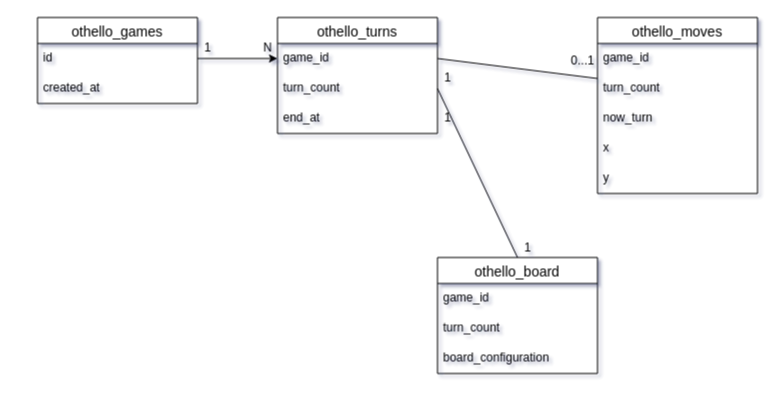
yr260625/vercel-postgres-trial keeps this draw.io diagram as docs/othello_er.drawio. Above is the earlier version. Source tidied: cells renumbered, new cells numbered last; positions are measured from the earlier drawing's top-left corner, leaving out a move shared by most shapes. Both pictures are drawn from the tidied source at 100%, with x=0, y=0 at pixel (37, 17).
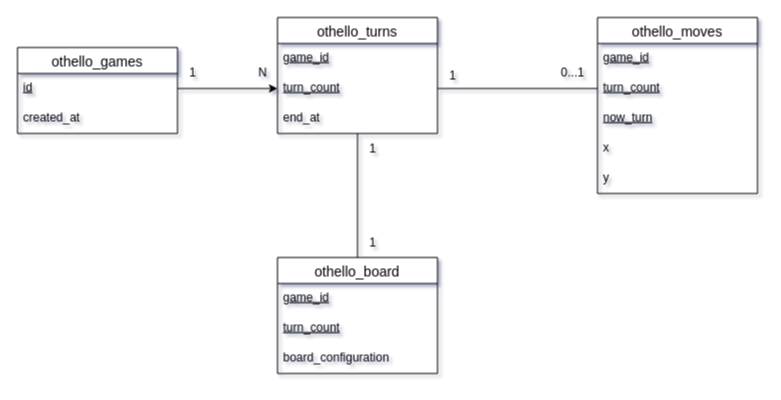
After the change.

The change refers to these unchanged cells:
```xml
<mxCell id="5" value="othello_turns" style="swimlane;fontStyle=0;horizontal=1;startSize=26;align=center;fontSize=14;" parent="1" vertex="1">
  <mxGeometry x="240" width="160" height="116" as="geometry" />
</mxCell>
<mxCell id="8" value="end_at" style="text;strokeColor=none;fillColor=none;spacingLeft=4;spacingRight=4;overflow=hidden;points=[[0,0.5],[1,0.5]];portConstraint=eastwest;fontSize=12;" parent="5" vertex="1">
  <mxGeometry y="86" width="160" height="30" as="geometry" />
</mxCell>
<mxCell id="9" value="othello_moves" style="swimlane;fontStyle=0;horizontal=1;startSize=26;align=center;fontSize=14;" parent="1" vertex="1">
  <mxGeometry x="560" width="160" height="176" as="geometry" />
</mxCell>
```

Change to the diagram source:
```diff
@@
     <mxCell id="2" value="othello_games" style="swimlane;fontStyle=0;horizontal=1;startSize=26;align=center;fontSize=14;" parent="1" vertex="1">
-      <mxGeometry width="160" height="86" as="geometry" />
+      <mxGeometry x="-20" y="30" width="160" height="86" as="geometry" />
     </mxCell>
-    <mxCell id="3" value="id" style="text;strokeColor=none;fillColor=none;spacingLeft=4;spacingRight=4;overflow=hidden;points=[[0,0.5],[1,0.5]];portConstraint=eastwest;fontSize=12;" parent="2" vertex="1">
+    <mxCell id="3" value="id" style="text;strokeColor=none;fillColor=none;spacingLeft=4;spacingRight=4;overflow=hidden;points=[[0,0.5],[1,0.5]];portConstraint=eastwest;fontSize=12;fontStyle=4;" parent="2" vertex="1">
       <mxGeometry y="26" width="160" height="30" as="geometry" />
     </mxCell>
@@
-    <mxCell id="6" value="game_id" style="text;strokeColor=none;fillColor=none;spacingLeft=4;spacingRight=4;overflow=hidden;points=[[0,0.5],[1,0.5]];portConstraint=eastwest;fontSize=12;" parent="5" vertex="1">
+    <mxCell id="6" value="game_id" style="text;strokeColor=none;fillColor=none;spacingLeft=4;spacingRight=4;overflow=hidden;points=[[0,0.5],[1,0.5]];portConstraint=eastwest;fontSize=12;fontStyle=4;" parent="5" vertex="1">
       <mxGeometry y="26" width="160" height="30" as="geometry" />
     </mxCell>
-    <mxCell id="7" value="turn_count" style="text;strokeColor=none;fillColor=none;spacingLeft=4;spacingRight=4;overflow=hidden;points=[[0,0.5],[1,0.5]];portConstraint=eastwest;fontSize=12;" parent="5" vertex="1">
+    <mxCell id="7" value="turn_count" style="text;strokeColor=none;fillColor=none;spacingLeft=4;spacingRight=4;overflow=hidden;points=[[0,0.5],[1,0.5]];portConstraint=eastwest;fontSize=12;fontStyle=4;" parent="5" vertex="1">
       <mxGeometry y="56" width="160" height="30" as="geometry" />
     </mxCell>
@@
-    <mxCell id="10" value="game_id" style="text;strokeColor=none;fillColor=none;spacingLeft=4;spacingRight=4;overflow=hidden;fontSize=12;" parent="9" vertex="1">
+    <mxCell id="10" value="game_id" style="text;strokeColor=none;fillColor=none;spacingLeft=4;spacingRight=4;overflow=hidden;fontSize=12;fontStyle=4;" parent="9" vertex="1">
       <mxGeometry y="26" width="160" height="30" as="geometry" />
     </mxCell>
-    <mxCell id="11" value="turn_count" style="text;strokeColor=none;fillColor=none;spacingLeft=4;spacingRight=4;overflow=hidden;points=[[0,0.5],[1,0.5]];portConstraint=eastwest;fontSize=12;" parent="9" vertex="1">
+    <mxCell id="11" value="turn_count" style="text;strokeColor=none;fillColor=none;spacingLeft=4;spacingRight=4;overflow=hidden;points=[[0,0.5],[1,0.5]];portConstraint=eastwest;fontSize=12;fontStyle=4;" parent="9" vertex="1">
       <mxGeometry y="56" width="160" height="30" as="geometry" />
     </mxCell>
-    <mxCell id="12" value="now_turn" style="text;strokeColor=none;fillColor=none;spacingLeft=4;spacingRight=4;overflow=hidden;fontSize=12;" parent="9" vertex="1">
+    <mxCell id="12" value="now_turn" style="text;strokeColor=none;fillColor=none;spacingLeft=4;spacingRight=4;overflow=hidden;fontSize=12;fontStyle=4;" parent="9" vertex="1">
       <mxGeometry y="86" width="160" height="30" as="geometry" />
     </mxCell>
@@
     <mxCell id="15" value="othello_board" style="swimlane;fontStyle=0;horizontal=1;startSize=26;align=center;fontSize=14;" parent="1" vertex="1">
-      <mxGeometry x="400" y="240" width="160" height="116" as="geometry" />
+      <mxGeometry x="240" y="240" width="160" height="116" as="geometry" />
     </mxCell>
-    <mxCell id="16" value="game_id" style="text;strokeColor=none;fillColor=none;spacingLeft=4;spacingRight=4;overflow=hidden;fontSize=12;" parent="15" vertex="1">
+    <mxCell id="16" value="game_id" style="text;strokeColor=none;fillColor=none;spacingLeft=4;spacingRight=4;overflow=hidden;fontSize=12;fontStyle=4;" parent="15" vertex="1">
       <mxGeometry y="26" width="160" height="30" as="geometry" />
     </mxCell>
-    <mxCell id="17" value="turn_count" style="text;strokeColor=none;fillColor=none;spacingLeft=4;spacingRight=4;overflow=hidden;fontSize=12;" parent="15" vertex="1">
+    <mxCell id="17" value="turn_count" style="text;strokeColor=none;fillColor=none;spacingLeft=4;spacingRight=4;overflow=hidden;fontSize=12;fontStyle=4;" parent="15" vertex="1">
       <mxGeometry y="56" width="160" height="30" as="geometry" />
     </mxCell>
@@
-    <mxCell id="19" style="edgeStyle=none;html=1;exitX=1;exitY=0.5;exitDx=0;exitDy=0;entryX=0;entryY=0.5;entryDx=0;entryDy=0;" parent="1" edge="1" source="3">
+    <mxCell id="19" style="edgeStyle=none;html=1;exitX=1;exitY=0.5;exitDx=0;exitDy=0;" parent="1" edge="1" source="3">
       <mxGeometry relative="1" as="geometry">
-        <mxPoint x="240" y="41" as="targetPoint" />
+        <mxPoint x="240" y="71" as="targetPoint" />
       </mxGeometry>
     </mxCell>
     <mxCell id="20" value="1" style="text;html=1;align=center;verticalAlign=middle;strokeColor=none;fillColor=none;" parent="1" vertex="1">
-      <mxGeometry x="155" y="15" width="30" height="30" as="geometry" />
+      <mxGeometry x="140" y="40" width="30" height="30" as="geometry" />
     </mxCell>
     <mxCell id="21" value="N" style="text;html=1;align=center;verticalAlign=middle;strokeColor=none;fillColor=none;" parent="1" vertex="1">
-      <mxGeometry x="215" y="15" width="30" height="30" as="geometry" />
+      <mxGeometry x="210" y="40" width="30" height="30" as="geometry" />
     </mxCell>
-    <mxCell id="22" style="edgeStyle=none;html=1;exitX=1;exitY=0.5;exitDx=0;exitDy=0;endArrow=none;endFill=0;" parent="1" edge="1" source="6" target="11">
+    <mxCell id="22" style="edgeStyle=none;html=1;exitX=1;exitY=0.5;exitDx=0;exitDy=0;endArrow=none;endFill=0;" parent="1" edge="1" source="7" target="11">
       <mxGeometry relative="1" as="geometry" />
     </mxCell>
     <mxCell id="23" value="1" style="text;html=1;align=center;verticalAlign=middle;strokeColor=none;fillColor=none;" parent="1" vertex="1">
-      <mxGeometry x="395" y="45" width="30" height="30" as="geometry" />
+      <mxGeometry x="400" y="43" width="30" height="30" as="geometry" />
     </mxCell>
     <mxCell id="24" value="0...1" style="text;html=1;align=center;verticalAlign=middle;strokeColor=none;fillColor=none;" parent="1" vertex="1">
-      <mxGeometry x="520" y="28" width="50" height="30" as="geometry" />
+      <mxGeometry x="510" y="40" width="50" height="30" as="geometry" />
     </mxCell>
-    <mxCell id="25" style="edgeStyle=none;html=1;exitX=1;exitY=0.5;exitDx=0;exitDy=0;entryX=0.5;entryY=0;entryDx=0;entryDy=0;endArrow=none;endFill=0;" parent="1" edge="1" source="7" target="15">
+    <mxCell id="25" style="edgeStyle=none;html=1;entryX=0.5;entryY=0;entryDx=0;entryDy=0;endArrow=none;endFill=0;" parent="1" edge="1" source="8" target="15">
       <mxGeometry relative="1" as="geometry" />
     </mxCell>
     <mxCell id="26" value="1" style="text;html=1;align=center;verticalAlign=middle;strokeColor=none;fillColor=none;" parent="1" vertex="1">
-      <mxGeometry x="395" y="85" width="30" height="30" as="geometry" />
+      <mxGeometry x="320" y="116" width="30" height="30" as="geometry" />
     </mxCell>
     <mxCell id="27" value="1" style="text;html=1;align=center;verticalAlign=middle;strokeColor=none;fillColor=none;" parent="1" vertex="1">
-      <mxGeometry x="475" y="215" width="30" height="30" as="geometry" />
+      <mxGeometry x="320" y="210" width="30" height="30" as="geometry" />
     </mxCell>
```
